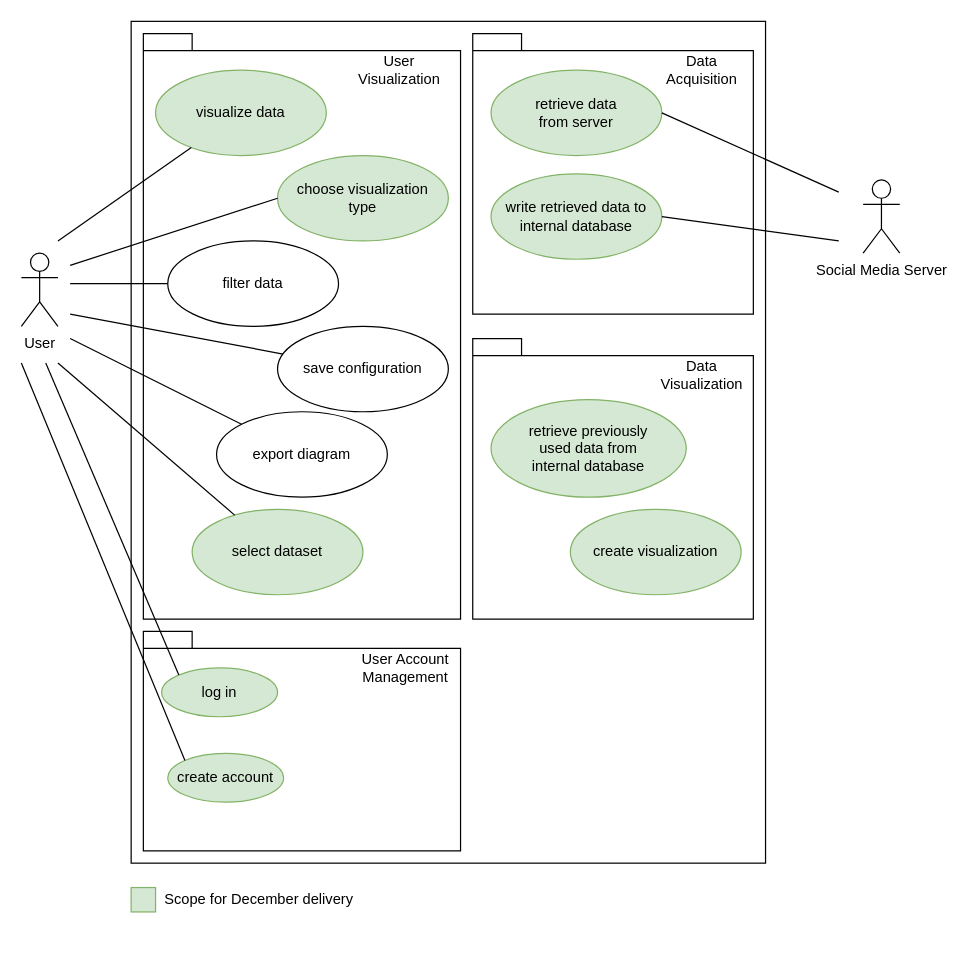
Earlier version of the draw.io diagram usecase/use_case_diagram.drawio (soshalyze/socialyze_doc). Source tidied: cells renumbered, new cells numbered last; positions are measured from the earlier drawing's top-left corner, leaving out a move shared by most shapes. Both pictures are drawn from the tidied source at 122%, with x=0, y=0 at pixel (21, 21).
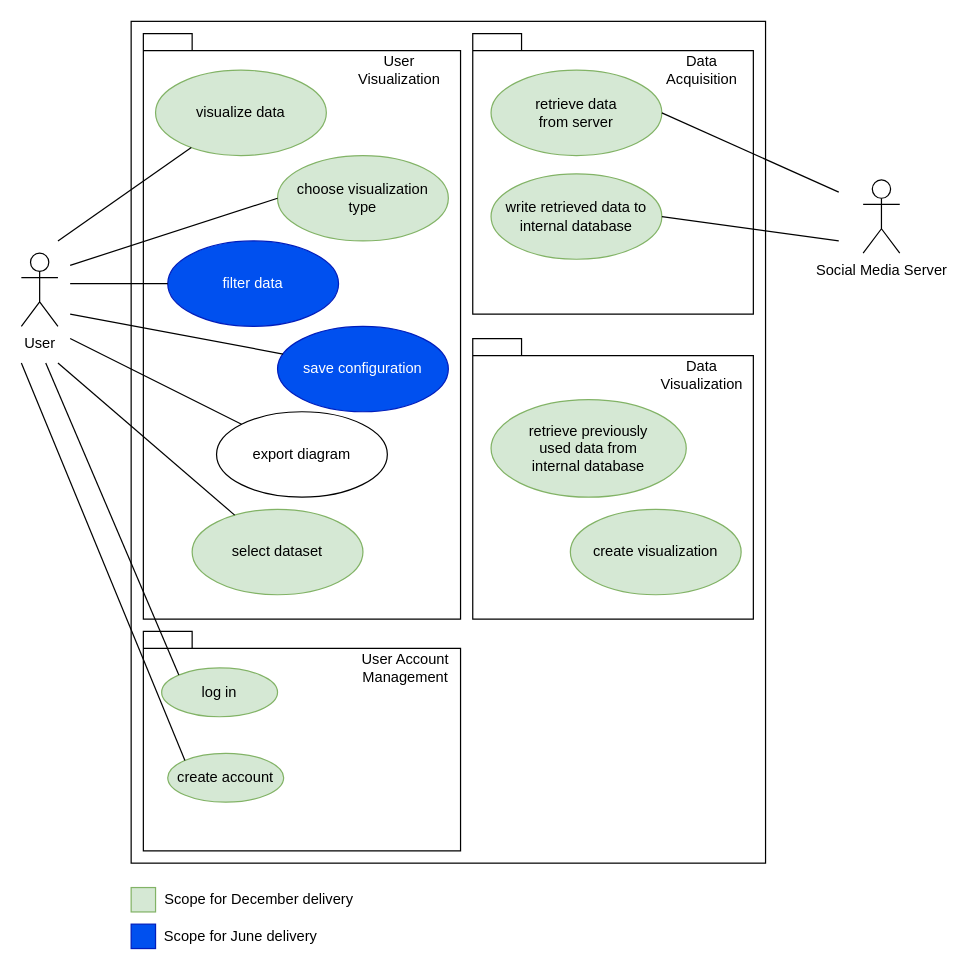
Above is the later version.

What changed in the source:
```diff
@@
-    <mxCell id="8" value="filter data" style="ellipse;whiteSpace=wrap;html=1;" parent="1" vertex="1">
+    <mxCell id="8" value="filter data" style="ellipse;whiteSpace=wrap;html=1;fillColor=#0050ef;strokeColor=#001DBC;fontColor=#ffffff;" parent="1" vertex="1">
       <mxGeometry x="120" y="180" width="140" height="70" as="geometry" />
     </mxCell>
-    <mxCell id="9" value="save configuration" style="ellipse;whiteSpace=wrap;html=1;" parent="1" vertex="1">
+    <mxCell id="9" value="save configuration" style="ellipse;whiteSpace=wrap;html=1;fillColor=#0050ef;strokeColor=#001DBC;fontColor=#ffffff;" parent="1" vertex="1">
       <mxGeometry x="210" y="250" width="140" height="70" as="geometry" />
     </mxCell>
@@
+    <mxCell id="37" style="rounded=0;whiteSpace=wrap;html=1;fillColor=#0050ef;strokeColor=#001DBC;fontColor=#ffffff;" parent="1" vertex="1">
+      <mxGeometry x="90" y="740" width="20" height="20" as="geometry" />
+    </mxCell>
+    <mxCell id="38" value="Scope for June delivery" style="text;html=1;strokeColor=none;fillColor=none;align=center;verticalAlign=middle;whiteSpace=wrap;rounded=0;" parent="1" vertex="1">
+      <mxGeometry x="115" y="740" width="130" height="20" as="geometry" />
+    </mxCell>
```
